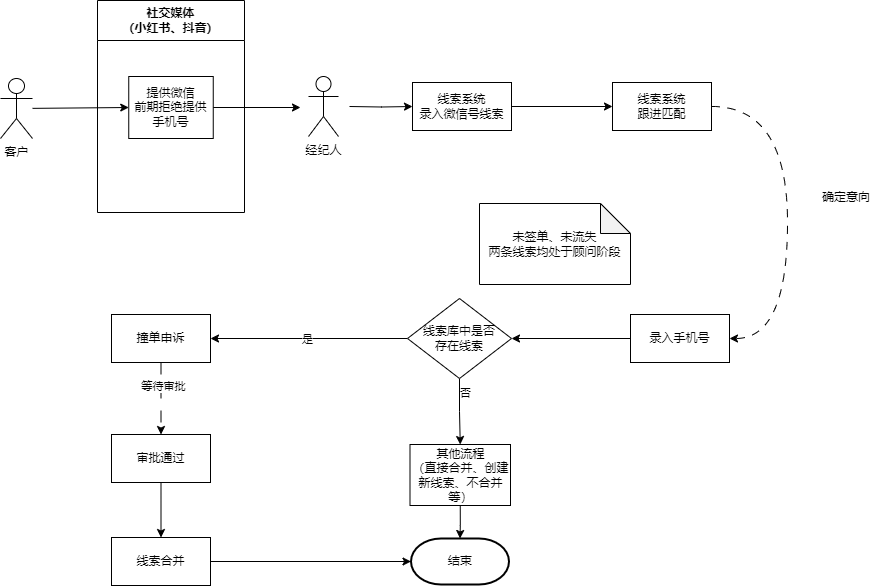
Above: SCRM.drawio.png in anze1314/picture (draw.io), before the change. Source tidied: cells renumbered, new cells last; positions are measured from the earlier drawing's top-left corner, leaving out a move shared by most shapes.
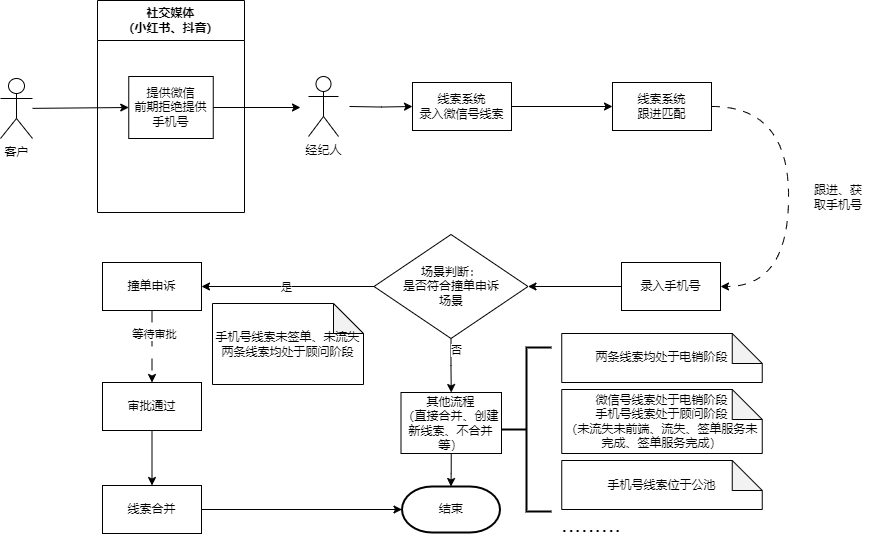
Above is the later version.

Diff of the diagram source:
```diff
@@ -4,54 +4,54 @@
     <mxCell id="1" parent="0" />
     <mxCell id="2" style="edgeStyle=orthogonalEdgeStyle;rounded=0;jettySize=auto;html=1;entryX=0;entryY=0.5;entryDx=0;entryDy=0;" parent="1" edge="1" target="10">
       <mxGeometry relative="1" as="geometry">
-        <mxPoint x="349" y="106" as="sourcePoint" />
+        <mxPoint x="331" y="-8" as="sourcePoint" />
       </mxGeometry>
     </mxCell>
     <mxCell id="3" value="经纪人" style="shape=umlActor;verticalLabelPosition=bottom;verticalAlign=top;html=1;" parent="1" vertex="1">
-      <mxGeometry x="308" y="76" width="30" height="60" as="geometry" />
+      <mxGeometry x="290" y="-38" width="30" height="60" as="geometry" />
     </mxCell>
     <mxCell id="4" style="rounded=0;jettySize=auto;html=1;entryX=0;entryY=0.5;entryDx=0;entryDy=0;" parent="1" edge="1" source="5" target="7">
       <mxGeometry relative="1" as="geometry" />
     </mxCell>
     <mxCell id="5" value="客户" style="shape=umlActor;verticalLabelPosition=bottom;verticalAlign=top;html=1;outlineConnect=0;" parent="1" vertex="1">
-      <mxGeometry y="78" width="32" height="60" as="geometry" />
+      <mxGeometry x="-18" y="-36" width="32" height="60" as="geometry" />
     </mxCell>
     <mxCell id="6" value="社交媒体&lt;br&gt;（小红书、抖音）" style="swimlane;whiteSpace=wrap;html=1;startSize=40;" parent="1" vertex="1">
-      <mxGeometry x="97" width="147" height="212" as="geometry" />
+      <mxGeometry x="79" y="-114" width="147" height="212" as="geometry" />
     </mxCell>
     <mxCell id="7" value="提供微信&lt;br&gt;前期拒绝提供手机号" style="rounded=0;whiteSpace=wrap;html=1;" parent="6" vertex="1">
       <mxGeometry x="31.2" y="76" width="84.5" height="62" as="geometry" />
     </mxCell>
     <mxCell id="8" style="rounded=0;jettySize=auto;html=1;exitX=1;exitY=0.5;exitDx=0;exitDy=0;" parent="1" edge="1" source="7">
       <mxGeometry relative="1" as="geometry">
-        <mxPoint x="300" y="107" as="targetPoint" />
+        <mxPoint x="282" y="-7" as="targetPoint" />
       </mxGeometry>
     </mxCell>
     <mxCell id="9" style="edgeStyle=orthogonalEdgeStyle;rounded=0;jettySize=auto;html=1;exitX=1;exitY=0.5;exitDx=0;exitDy=0;entryX=0;entryY=0.5;entryDx=0;entryDy=0;" parent="1" edge="1" source="10" target="12">
       <mxGeometry relative="1" as="geometry" />
     </mxCell>
     <mxCell id="10" value="线索系统&lt;br&gt;录入微信号线索" style="rounded=0;whiteSpace=wrap;html=1;" parent="1" vertex="1">
-      <mxGeometry x="412" y="82" width="99" height="48" as="geometry" />
+      <mxGeometry x="394" y="-32" width="99" height="48" as="geometry" />
     </mxCell>
-    <mxCell id="11" style="edgeStyle=orthogonalEdgeStyle;rounded=0;jettySize=auto;html=1;exitX=1;exitY=0.5;exitDx=0;exitDy=0;entryX=1;entryY=0.5;entryDx=0;entryDy=0;curved=1;dashed=1;dashPattern=8 8;" parent="1" edge="1" source="12" target="14">
+    <mxCell id="11" style="edgeStyle=orthogonalEdgeStyle;rounded=0;jettySize=auto;html=1;entryX=1;entryY=0.5;entryDx=0;entryDy=0;exitX=1;exitY=0.5;exitDx=0;exitDy=0;curved=1;dashed=1;dashPattern=8 8;" parent="1" edge="1" source="12" target="14">
       <mxGeometry relative="1" as="geometry">
         <Array as="points">
-          <mxPoint x="787" y="106" />
-          <mxPoint x="787" y="338" />
+          <mxPoint x="770" y="-8" />
+          <mxPoint x="770" y="172" />
         </Array>
       </mxGeometry>
     </mxCell>
     <mxCell id="12" value="线索系统&lt;br&gt;跟进匹配" style="rounded=0;whiteSpace=wrap;html=1;" parent="1" vertex="1">
-      <mxGeometry x="612" y="82" width="99" height="48" as="geometry" />
+      <mxGeometry x="594" y="-32" width="99" height="48" as="geometry" />
     </mxCell>
     <mxCell id="13" style="edgeStyle=orthogonalEdgeStyle;rounded=0;jettySize=auto;html=1;exitX=0;exitY=0.5;exitDx=0;exitDy=0;entryX=1;entryY=0.5;entryDx=0;entryDy=0;" parent="1" edge="1" source="14" target="23">
       <mxGeometry relative="1" as="geometry" />
     </mxCell>
     <mxCell id="14" value="录入手机号" style="rounded=0;whiteSpace=wrap;html=1;" parent="1" vertex="1">
-      <mxGeometry x="630" y="314" width="99" height="48" as="geometry" />
+      <mxGeometry x="603" y="148" width="99" height="48" as="geometry" />
     </mxCell>
-    <mxCell id="15" value="确定意向" style="text;html=1;strokeColor=none;fillColor=none;align=center;verticalAlign=middle;whiteSpace=wrap;rounded=0;" parent="1" vertex="1">
-      <mxGeometry x="816" y="182" width="60" height="30" as="geometry" />
+    <mxCell id="15" value="跟进、获取手机号" style="text;html=1;strokeColor=none;fillColor=none;align=center;verticalAlign=middle;whiteSpace=wrap;rounded=0;" parent="1" vertex="1">
+      <mxGeometry x="790" y="68" width="60" height="30" as="geometry" />
     </mxCell>
     <mxCell id="16" style="edgeStyle=orthogonalEdgeStyle;rounded=0;jettySize=auto;html=1;exitX=0.5;exitY=1;exitDx=0;exitDy=0;entryX=0.5;entryY=0;entryDx=0;entryDy=0;dashed=1;dashPattern=12 12;" parent="1" edge="1" source="18" target="29">
       <mxGeometry relative="1" as="geometry" />
@@ -60,7 +60,7 @@
       <mxGeometry x="-0.36" y="2" relative="1" as="geometry" />
     </mxCell>
     <mxCell id="18" value="撞单申诉" style="rounded=0;whiteSpace=wrap;html=1;" parent="1" vertex="1">
-      <mxGeometry x="111" y="314" width="99" height="48" as="geometry" />
+      <mxGeometry x="84" y="148" width="99" height="48" as="geometry" />
     </mxCell>
     <mxCell id="19" style="edgeStyle=orthogonalEdgeStyle;rounded=0;jettySize=auto;html=1;entryX=1;entryY=0.5;entryDx=0;entryDy=0;" parent="1" edge="1" source="23" target="18">
       <mxGeometry relative="1" as="geometry" />
@@ -74,32 +74,47 @@
     <mxCell id="22" value="否" style="edgeLabel;html=1;align=center;verticalAlign=middle;" parent="21" vertex="1">
       <mxGeometry x="-0.58" y="5" relative="1" as="geometry" />
     </mxCell>
-    <mxCell id="23" value="线索库中是否&lt;br&gt;存在线索" style="rhombus;whiteSpace=wrap;html=1;" parent="1" vertex="1">
-      <mxGeometry x="407" y="298" width="104" height="80" as="geometry" />
+    <mxCell id="23" value="场景判断：&lt;br&gt;是否符合撞单申诉&lt;br&gt;场景" style="rhombus;whiteSpace=wrap;html=1;" parent="1" vertex="1">
+      <mxGeometry x="355.5" y="120" width="154" height="104" as="geometry" />
     </mxCell>
-    <mxCell id="24" value="未签单、未流失&lt;br&gt;两条线索均处于顾问阶段&lt;br&gt;" style="shape=note;whiteSpace=wrap;html=1;backgroundOutline=1;darkOpacity=0.05;" parent="1" vertex="1">
-      <mxGeometry x="479" y="203" width="151" height="81" as="geometry" />
+    <mxCell id="24" value="手机号线索未签单、未流失&lt;br&gt;两条线索均处于顾问阶段" style="shape=note;whiteSpace=wrap;html=1;backgroundOutline=1;darkOpacity=0.05;" parent="1" vertex="1">
+      <mxGeometry x="194" y="189" width="151" height="81" as="geometry" />
     </mxCell>
     <mxCell id="25" style="edgeStyle=orthogonalEdgeStyle;rounded=0;jettySize=auto;html=1;exitX=0.5;exitY=1;exitDx=0;exitDy=0;" parent="1" edge="1" source="26" target="27">
       <mxGeometry relative="1" as="geometry" />
     </mxCell>
     <mxCell id="26" value="其他流程&lt;br&gt;（直接合并、创建新线索、不合并等）" style="rounded=0;whiteSpace=wrap;html=1;" parent="1" vertex="1">
-      <mxGeometry x="409.5" y="444" width="100.5" height="61" as="geometry" />
+      <mxGeometry x="382.5" y="278" width="100.5" height="61" as="geometry" />
     </mxCell>
     <mxCell id="27" value="结束" style="strokeWidth=2;html=1;shape=mxgraph.flowchart.terminator;whiteSpace=wrap;" parent="1" vertex="1">
-      <mxGeometry x="410.5" y="538" width="98" height="46" as="geometry" />
+      <mxGeometry x="383.5" y="372" width="98" height="46" as="geometry" />
     </mxCell>
     <mxCell id="28" style="edgeStyle=orthogonalEdgeStyle;rounded=0;jettySize=auto;html=1;exitX=0.5;exitY=1;exitDx=0;exitDy=0;" parent="1" edge="1" source="29" target="30">
       <mxGeometry relative="1" as="geometry" />
     </mxCell>
     <mxCell id="29" value="审批通过" style="rounded=0;whiteSpace=wrap;html=1;" parent="1" vertex="1">
-      <mxGeometry x="111" y="434" width="99" height="48" as="geometry" />
+      <mxGeometry x="84" y="268" width="99" height="48" as="geometry" />
     </mxCell>
     <mxCell id="30" value="线索合并" style="rounded=0;whiteSpace=wrap;html=1;" parent="1" vertex="1">
-      <mxGeometry x="111" y="537" width="99" height="48" as="geometry" />
+      <mxGeometry x="84" y="371" width="99" height="48" as="geometry" />
     </mxCell>
     <mxCell id="31" style="edgeStyle=orthogonalEdgeStyle;rounded=0;jettySize=auto;html=1;entryX=0;entryY=0.5;entryDx=0;entryDy=0;entryPerimeter=0;" parent="1" edge="1" source="30" target="27">
       <mxGeometry relative="1" as="geometry" />
     </mxCell>
+    <mxCell id="32" value="两条线索均处于电销阶段" style="shape=note;whiteSpace=wrap;html=1;backgroundOutline=1;darkOpacity=0.05;" parent="1" vertex="1">
+      <mxGeometry x="543.2" y="219" width="200.5" height="49" as="geometry" />
+    </mxCell>
+    <mxCell id="33" style="strokeWidth=2;html=1;shape=mxgraph.flowchart.annotation_2;align=left;labelPosition=right;" parent="1" vertex="1">
+      <mxGeometry x="483" y="233" width="50" height="164" as="geometry" />
+    </mxCell>
+    <mxCell id="34" value="微信号线索处于电销阶段&lt;br&gt;手机号线索处于顾问阶段&lt;br&gt;（未流失未前端、流失、签单服务未完成、签单服务完成）" style="shape=note;whiteSpace=wrap;html=1;backgroundOutline=1;darkOpacity=0.05;" parent="1" vertex="1">
+      <mxGeometry x="543.2" y="275" width="200.5" height="64" as="geometry" />
+    </mxCell>
+    <mxCell id="35" value="手机号线索位于公池" style="shape=note;whiteSpace=wrap;html=1;backgroundOutline=1;darkOpacity=0.05;" parent="1" vertex="1">
+      <mxGeometry x="543.2" y="346" width="200.5" height="49" as="geometry" />
+    </mxCell>
+    <mxCell id="36" value="&lt;font style=&quot;font-size: 24px;&quot;&gt;.........&lt;/font&gt;" style="text;html=1;strokeColor=none;fillColor=none;align=center;verticalAlign=middle;whiteSpace=wrap;rounded=0;" parent="1" vertex="1">
+      <mxGeometry x="543.2" y="395" width="60" height="30" as="geometry" />
+    </mxCell>
   </root>
 </mxGraphModel>
```
